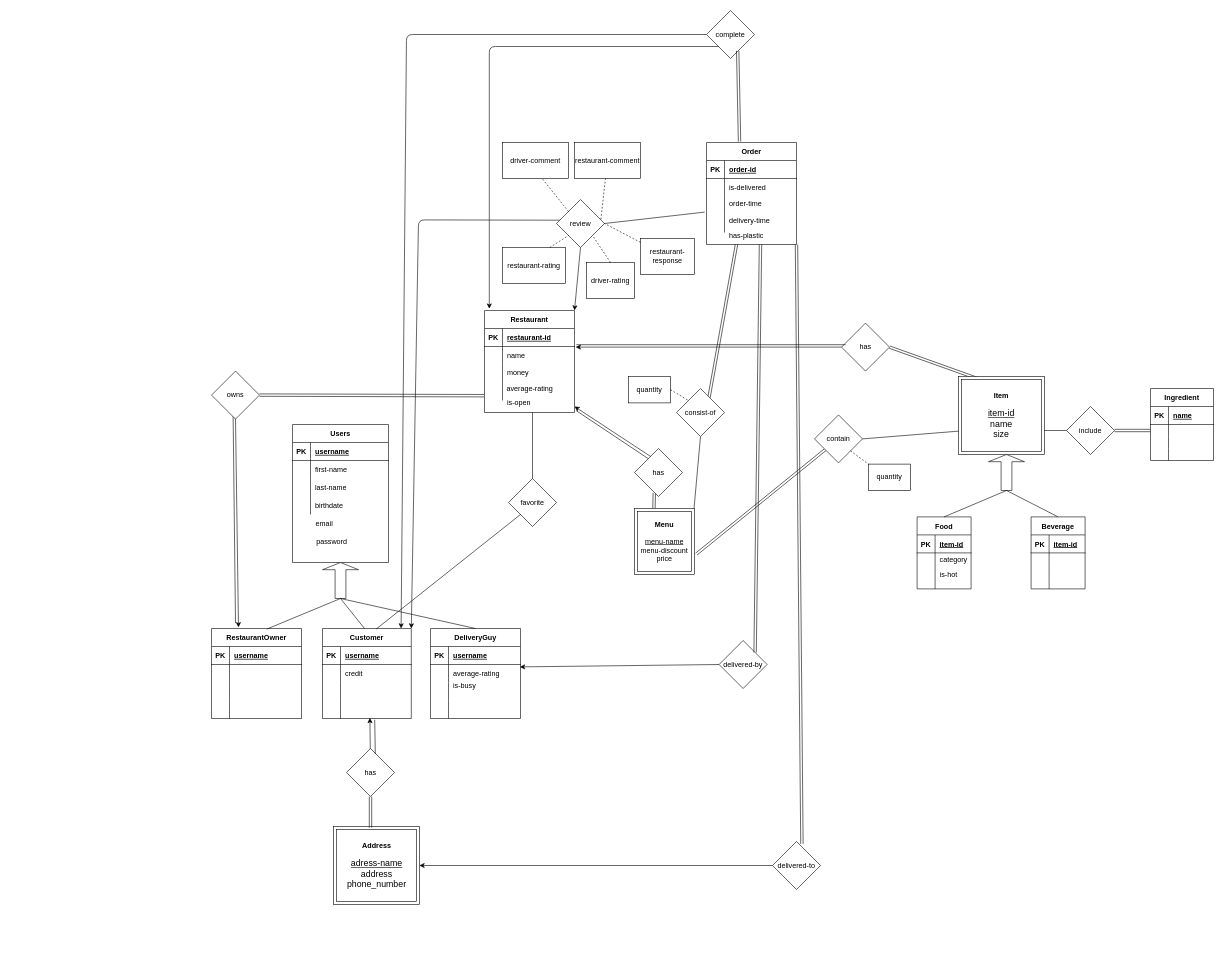
Earlier version of the draw.io diagram Proposal/foodER.drawio (Bozcomlekci/CS353-Project). Source tidied: cells renumbered, new cells numbered last; positions are measured from the earlier drawing's top-left corner, leaving out a move shared by most shapes. Both pictures are drawn from the tidied source at 60%, with x=0, y=0 at pixel (211, 10).
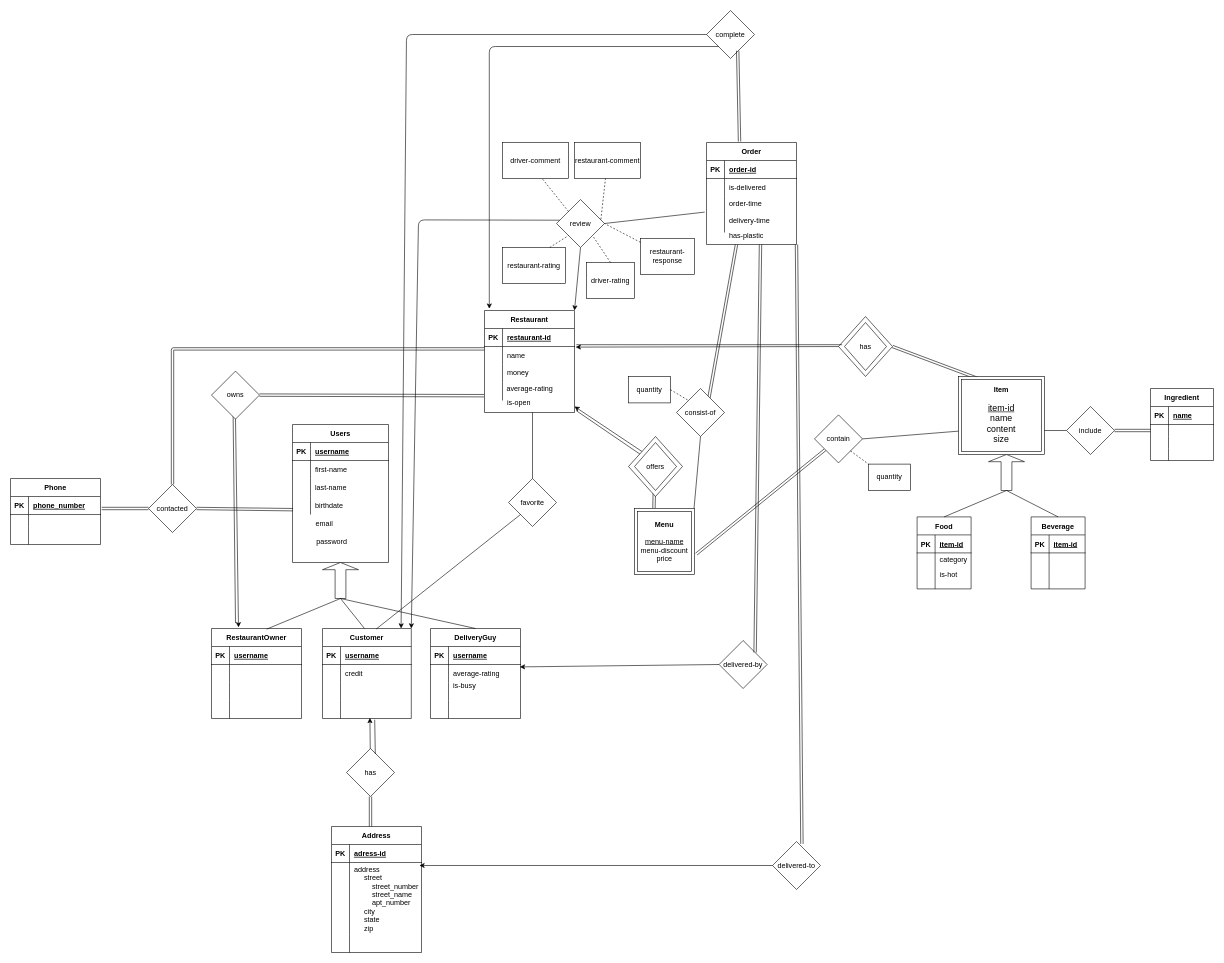
The same diagram, later.

Commit message (it also covers changes not shown here):
Changed address to a strong entity, divided phone and address to two separate entities.

The change refers to these unchanged cells:
```xml
<mxCell id="12" style="shape=partialRectangle;fillColor=none;top=0;left=0;bottom=0;right=0;points=[[0,0.5],[1,0.5]];portConstraint=eastwest;" parent="2" vertex="1">
  <mxGeometry y="120" width="160" height="30" as="geometry" />
</mxCell>
<mxCell id="33" style="shape=partialRectangle;fillColor=none;top=0;left=0;bottom=0;right=0;points=[[0,0.5],[1,0.5]];portConstraint=eastwest;" parent="29" vertex="1">
  <mxGeometry y="60" width="150" height="30" as="geometry" />
</mxCell>
<mxCell id="178" value="has" style="rhombus;whiteSpace=wrap;html=1;" parent="1" vertex="1">
  <mxGeometry x="225" y="1230" width="80" height="80" as="geometry" />
</mxCell>
<mxCell id="183" value="delivered-to" style="rhombus;whiteSpace=wrap;html=1;" parent="1" vertex="1">
  <mxGeometry x="935" y="1385" width="80" height="80" as="geometry" />
</mxCell>
```

Change to the diagram source:
```diff
@@
+    <mxCell id="208" style="rhombus;whiteSpace=wrap;html=1;" parent="1" vertex="1">
+      <mxGeometry x="1045" y="510" width="90" height="100" as="geometry" />
+    </mxCell>
@@
-    <mxCell id="103" style="endArrow=none;html=1;entryX=0;entryY=0;entryDx=0;entryDy=0;exitX=1;exitY=1;exitDx=0;exitDy=0;" parent="1" edge="1">
+    <mxCell id="103" style="endArrow=none;html=1;exitX=1;exitY=1;exitDx=0;exitDy=0;" parent="1" edge="1">
       <mxGeometry relative="1" as="geometry">
         <mxPoint x="608" y="667" as="sourcePoint" />
-        <mxPoint x="728" y="747" as="targetPoint" />
+        <mxPoint x="715" y="740" as="targetPoint" />
       </mxGeometry>
     </mxCell>
-    <mxCell id="104" style="endArrow=classic;html=1;exitX=0.338;exitY=0.188;exitDx=0;exitDy=0;exitPerimeter=0;" parent="1" edge="1">
+    <mxCell id="104" style="endArrow=classic;html=1;" parent="1" edge="1">
       <mxGeometry relative="1" as="geometry">
-        <mxPoint x="733" y="744" as="sourcePoint" />
+        <mxPoint x="725" y="740" as="sourcePoint" />
         <mxPoint x="605" y="660" as="targetPoint" />
       </mxGeometry>
     </mxCell>
@@
-    <mxCell id="127" style="shape=link;html=1;entryX=0.413;entryY=0.925;entryDx=0;entryDy=0;entryPerimeter=0;" parent="1" edge="1" target="165">
+    <mxCell id="127" style="shape=link;html=1;entryX=0.413;entryY=0.925;entryDx=0;entryDy=0;entryPerimeter=0;" parent="1" edge="1">
       <mxGeometry relative="1" as="geometry">
         <mxPoint x="737.4" y="830" as="sourcePoint" />
+        <mxPoint x="738" y="804" as="targetPoint" />
       </mxGeometry>
     </mxCell>
@@
-    <mxCell id="165" value="has" style="rhombus;whiteSpace=wrap;html=1;" parent="1" vertex="1">
-      <mxGeometry x="705" y="730" width="80" height="80" as="geometry" />
-    </mxCell>
@@
-    <mxCell id="175" value="&lt;b&gt;Address&lt;br&gt;&lt;/b&gt;&lt;br&gt;&lt;span id=&quot;docs-internal-guid-6ab9acc8-7fff-694a-e742-861bd25594da&quot;&gt;&lt;span style=&quot;font-size: 11pt ; font-family: &amp;#34;arial&amp;#34; ; background-color: transparent ; vertical-align: baseline&quot;&gt;&lt;u&gt;adress-name&lt;br&gt;&lt;/u&gt;&lt;/span&gt;&lt;span style=&quot;font-size: 11pt ; font-family: &amp;#34;arial&amp;#34; ; background-color: transparent ; vertical-align: baseline&quot;&gt;address&lt;br&gt;phone_number&lt;/span&gt;&lt;/span&gt;" style="shape=ext;margin=3;double=1;whiteSpace=wrap;html=1;align=center;" parent="1" vertex="1">
-      <mxGeometry x="203.5" y="1360" width="143" height="130" as="geometry" />
-    </mxCell>
@@
     <mxCell id="180" style="endArrow=none;html=1;" parent="1" edge="1">
       <mxGeometry relative="1" as="geometry">
-        <mxPoint x="455" y="1360" as="sourcePoint" />
-        <mxPoint x="455" y="1360" as="targetPoint" />
+        <mxPoint x="220" y="1510" as="sourcePoint" />
+        <mxPoint x="220" y="1510" as="targetPoint" />
       </mxGeometry>
     </mxCell>
@@
-    <mxCell id="182" style="shape=link;html=1;exitX=0.5;exitY=1;exitDx=0;exitDy=0;entryX=0.43;entryY=0.015;entryDx=0;entryDy=0;entryPerimeter=0;" parent="1" edge="1" source="178" target="175">
-      <mxGeometry relative="1" as="geometry" />
+    <mxCell id="182" style="shape=link;html=1;exitX=0.5;exitY=1;exitDx=0;exitDy=0;entryX=0.43;entryY=0.015;entryDx=0;entryDy=0;entryPerimeter=0;" parent="1" edge="1" source="178">
+      <mxGeometry relative="1" as="geometry">
+        <mxPoint x="265" y="1361.9" as="targetPoint" />
+      </mxGeometry>
     </mxCell>
@@
-    <mxCell id="184" style="endArrow=classic;html=1;entryX=1;entryY=0.5;entryDx=0;entryDy=0;exitX=0;exitY=0.5;exitDx=0;exitDy=0;" parent="1" edge="1" source="183" target="175">
-      <mxGeometry relative="1" as="geometry" />
+    <mxCell id="184" style="endArrow=classic;html=1;entryX=1;entryY=0.5;entryDx=0;entryDy=0;exitX=0;exitY=0.5;exitDx=0;exitDy=0;" parent="1" edge="1" source="183">
+      <mxGeometry relative="1" as="geometry">
+        <mxPoint x="346.5" y="1425" as="targetPoint" />
+      </mxGeometry>
     </mxCell>
@@
     <mxCell id="188" value="has" style="rhombus;whiteSpace=wrap;html=1;" parent="1" vertex="1">
-      <mxGeometry x="1050" y="521" width="80" height="80" as="geometry" />
+      <mxGeometry x="1055" y="520" width="70" height="80" as="geometry" />
     </mxCell>
-    <mxCell id="189" style="endArrow=classic;html=1;entryX=1.013;entryY=0.033;entryDx=0;entryDy=0;entryPerimeter=0;" parent="1" edge="1" source="188" target="33">
+    <mxCell id="189" style="endArrow=classic;html=1;entryX=1.013;entryY=0.033;entryDx=0;entryDy=0;entryPerimeter=0;" parent="1" edge="1" source="208" target="33">
       <mxGeometry relative="1" as="geometry" />
     </mxCell>
-    <mxCell id="190" style="shape=link;html=1;exitX=1;exitY=0.5;exitDx=0;exitDy=0;entryX=0.35;entryY=0.077;entryDx=0;entryDy=0;entryPerimeter=0;" parent="1" edge="1" source="188" target="192">
+    <mxCell id="190" style="shape=link;html=1;entryX=0.35;entryY=0.077;entryDx=0;entryDy=0;entryPerimeter=0;exitX=1;exitY=0.5;exitDx=0;exitDy=0;" parent="1" edge="1" source="208" target="192">
       <mxGeometry relative="1" as="geometry" />
     </mxCell>
-    <mxCell id="191" style="endArrow=none;html=1;exitX=0.088;exitY=0.438;exitDx=0;exitDy=0;exitPerimeter=0;entryX=1.02;entryY=-0.133;entryDx=0;entryDy=0;entryPerimeter=0;" parent="1" edge="1">
+    <mxCell id="191" style="endArrow=none;html=1;entryX=1.02;entryY=-0.133;entryDx=0;entryDy=0;entryPerimeter=0;" parent="1" edge="1">
       <mxGeometry relative="1" as="geometry">
-        <mxPoint x="1057" y="557" as="sourcePoint" />
+        <mxPoint x="1051" y="557" as="sourcePoint" />
         <mxPoint x="608" y="557" as="targetPoint" />
       </mxGeometry>
     </mxCell>
-    <mxCell id="192" value="&lt;b&gt;Item&lt;br&gt;&lt;/b&gt;&lt;br&gt;&lt;span id=&quot;docs-internal-guid-6ab9acc8-7fff-694a-e742-861bd25594da&quot;&gt;&lt;span style=&quot;font-size: 11pt ; font-family: &amp;#34;arial&amp;#34; ; background-color: transparent ; vertical-align: baseline&quot;&gt;&lt;u&gt;item-id&lt;br&gt;&lt;/u&gt;name&lt;br&gt;size&lt;/span&gt;&lt;/span&gt;" style="shape=ext;margin=3;double=1;whiteSpace=wrap;html=1;align=center;" parent="1" vertex="1">
+    <mxCell id="192" value="&lt;b&gt;Item&lt;br&gt;&lt;/b&gt;&lt;br&gt;&lt;span id=&quot;docs-internal-guid-6ab9acc8-7fff-694a-e742-861bd25594da&quot;&gt;&lt;span style=&quot;font-size: 11pt ; font-family: &amp;#34;arial&amp;#34; ; background-color: transparent ; vertical-align: baseline&quot;&gt;&lt;u&gt;item-id&lt;br&gt;&lt;/u&gt;name&lt;br&gt;content&lt;br&gt;size&lt;/span&gt;&lt;/span&gt;" style="shape=ext;margin=3;double=1;whiteSpace=wrap;html=1;align=center;" parent="1" vertex="1">
       <mxGeometry x="1245" y="610" width="143" height="130" as="geometry" />
     </mxCell>
@@
+    <mxCell id="209" value="Address" style="shape=table;startSize=30;childLayout=tableLayout;rowLines=0;fontStyle=1;align=center;" parent="1" vertex="1">
+      <mxGeometry x="200" y="1360" width="150" height="210" as="geometry" />
+    </mxCell>
+    <mxCell id="210" style="shape=partialRectangle;fillColor=none;top=0;left=0;bottom=1;right=0;" parent="209" vertex="1">
+      <mxGeometry y="30" width="150" height="30" as="geometry" />
+    </mxCell>
+    <mxCell id="211" value="PK" style="shape=partialRectangle;fillColor=none;top=0;left=0;bottom=0;right=0;fontStyle=1;overflow=hidden;" parent="210" vertex="1">
+      <mxGeometry width="30" height="30" as="geometry" />
+    </mxCell>
+    <mxCell id="212" value="adress-id" style="shape=partialRectangle;fillColor=none;top=0;left=0;bottom=0;right=0;align=left;spacingLeft=6;fontStyle=5;overflow=hidden;" parent="210" vertex="1">
+      <mxGeometry x="30" width="120" height="30" as="geometry" />
+    </mxCell>
+    <mxCell id="213" style="shape=partialRectangle;fillColor=none;top=0;left=0;bottom=0;right=0;" parent="209" vertex="1">
+      <mxGeometry y="60" width="150" height="120" as="geometry" />
+    </mxCell>
+    <mxCell id="214" style="shape=partialRectangle;fillColor=none;top=0;left=0;bottom=0;right=0;overflow=hidden;" parent="213" vertex="1">
+      <mxGeometry width="30" height="120" as="geometry" />
+    </mxCell>
+    <mxCell id="215" value="address&#10;     street&#10;         street_number&#10;         street_name&#10;         apt_number&#10;     city&#10;     state&#10;     zip" style="shape=partialRectangle;fillColor=none;top=0;left=0;bottom=0;right=0;align=left;spacingLeft=6;overflow=hidden;" parent="213" vertex="1">
+      <mxGeometry x="30" width="120" height="120" as="geometry" />
+    </mxCell>
+    <mxCell id="216" style="shape=partialRectangle;fillColor=none;top=0;left=0;bottom=0;right=0;" parent="209" vertex="1">
+      <mxGeometry y="180" width="150" height="30" as="geometry" />
+    </mxCell>
+    <mxCell id="217" style="shape=partialRectangle;fillColor=none;top=0;left=0;bottom=0;right=0;overflow=hidden;" parent="216" vertex="1">
+      <mxGeometry width="30" height="30" as="geometry" />
+    </mxCell>
+    <mxCell id="218" style="shape=partialRectangle;fillColor=none;top=0;left=0;bottom=0;right=0;align=left;spacingLeft=6;overflow=hidden;" parent="216" vertex="1">
+      <mxGeometry x="30" width="120" height="30" as="geometry" />
+    </mxCell>
+    <mxCell id="219" value="Phone" style="shape=table;startSize=30;childLayout=tableLayout;rowLines=0;fontStyle=1;align=center;" parent="1" vertex="1">
+      <mxGeometry x="-335" y="780" width="150" height="110" as="geometry" />
+    </mxCell>
+    <mxCell id="220" style="shape=partialRectangle;fillColor=none;top=0;left=0;bottom=1;right=0;" parent="219" vertex="1">
+      <mxGeometry y="30" width="150" height="30" as="geometry" />
+    </mxCell>
+    <mxCell id="221" value="PK" style="shape=partialRectangle;fillColor=none;top=0;left=0;bottom=0;right=0;fontStyle=1;overflow=hidden;" parent="220" vertex="1">
+      <mxGeometry width="30" height="30" as="geometry" />
+    </mxCell>
+    <mxCell id="222" value="phone_number" style="shape=partialRectangle;fillColor=none;top=0;left=0;bottom=0;right=0;align=left;spacingLeft=6;fontStyle=5;overflow=hidden;" parent="220" vertex="1">
+      <mxGeometry x="30" width="120" height="30" as="geometry" />
+    </mxCell>
+    <mxCell id="223" style="shape=partialRectangle;fillColor=none;top=0;left=0;bottom=0;right=0;" parent="219" vertex="1">
+      <mxGeometry y="60" width="150" height="20" as="geometry" />
+    </mxCell>
+    <mxCell id="224" style="shape=partialRectangle;fillColor=none;top=0;left=0;bottom=0;right=0;overflow=hidden;" parent="223" vertex="1">
+      <mxGeometry width="30" height="20" as="geometry" />
+    </mxCell>
+    <mxCell id="225" style="shape=partialRectangle;fillColor=none;top=0;left=0;bottom=0;right=0;align=left;spacingLeft=6;overflow=hidden;" parent="223" vertex="1">
+      <mxGeometry x="30" width="120" height="20" as="geometry" />
+    </mxCell>
+    <mxCell id="226" style="shape=partialRectangle;fillColor=none;top=0;left=0;bottom=0;right=0;" parent="219" vertex="1">
+      <mxGeometry y="80" width="150" height="30" as="geometry" />
+    </mxCell>
+    <mxCell id="227" style="shape=partialRectangle;fillColor=none;top=0;left=0;bottom=0;right=0;overflow=hidden;" parent="226" vertex="1">
+      <mxGeometry width="30" height="30" as="geometry" />
+    </mxCell>
+    <mxCell id="228" style="shape=partialRectangle;fillColor=none;top=0;left=0;bottom=0;right=0;align=left;spacingLeft=6;overflow=hidden;" parent="226" vertex="1">
+      <mxGeometry x="30" width="120" height="30" as="geometry" />
+    </mxCell>
+    <mxCell id="229" style="rhombus;whiteSpace=wrap;html=1;" parent="1" vertex="1">
+      <mxGeometry x="695" y="710" width="90" height="100" as="geometry" />
+    </mxCell>
+    <mxCell id="230" value="offers" style="rhombus;whiteSpace=wrap;html=1;" parent="1" vertex="1">
+      <mxGeometry x="705" y="720" width="70" height="80" as="geometry" />
+    </mxCell>
+    <mxCell id="231" value="contacted" style="rhombus;whiteSpace=wrap;html=1;" parent="1" vertex="1">
+      <mxGeometry x="-105" y="790" width="80" height="80" as="geometry" />
+    </mxCell>
+    <mxCell id="232" style="shape=link;html=1;exitX=1;exitY=0.5;exitDx=0;exitDy=0;entryX=0.006;entryY=0.733;entryDx=0;entryDy=0;entryPerimeter=0;" parent="1" edge="1" source="231" target="12">
+      <mxGeometry relative="1" as="geometry" />
+    </mxCell>
+    <mxCell id="233" style="shape=link;html=1;entryX=0;entryY=0.5;entryDx=0;entryDy=0;" parent="1" edge="1" target="231">
+      <mxGeometry relative="1" as="geometry">
+        <mxPoint x="-183" y="830" as="sourcePoint" />
+      </mxGeometry>
+    </mxCell>
+    <mxCell id="234" style="shape=link;html=1;exitX=0;exitY=0.133;exitDx=0;exitDy=0;exitPerimeter=0;entryX=0.5;entryY=0;entryDx=0;entryDy=0;" parent="1" edge="1" source="33" target="231">
+      <mxGeometry relative="1" as="geometry">
+        <Array as="points">
+          <mxPoint x="-65" y="564" />
+        </Array>
+      </mxGeometry>
+    </mxCell>
```
